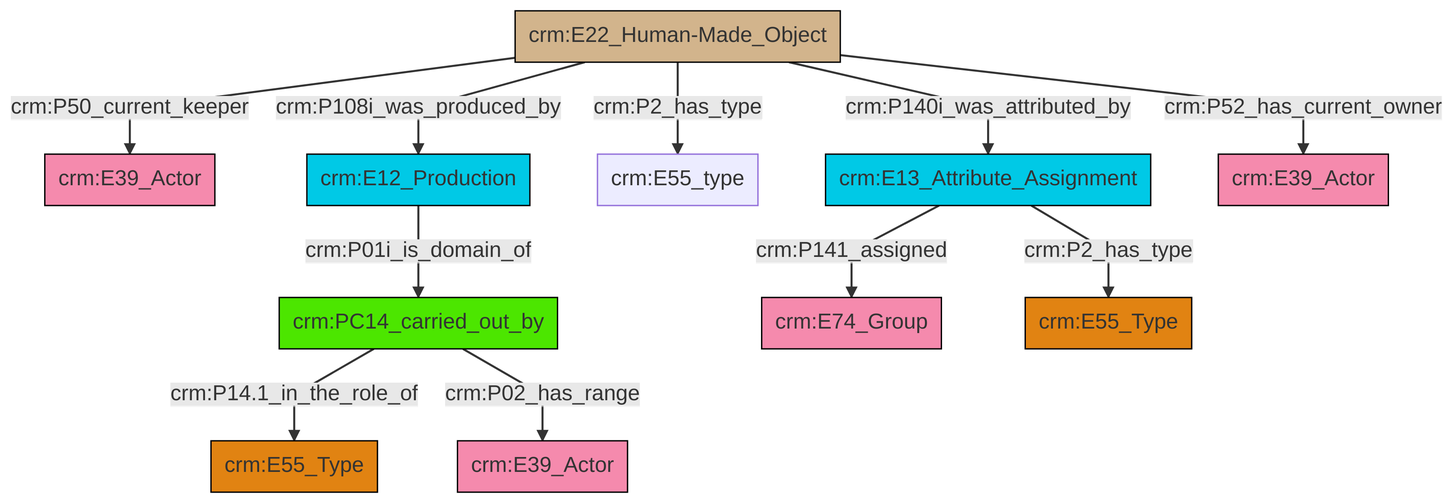
Earlier version of the Mermaid export et/artworkCSV/ttl/mmd/png/Artwork_Actor_Relations.png (swiss-art-research-net/docs.swissartresearch). Its source is kept beside it as et/artworkCSV/ttl/mmd/Artwork_Actor_Relations.ttl.mmd.
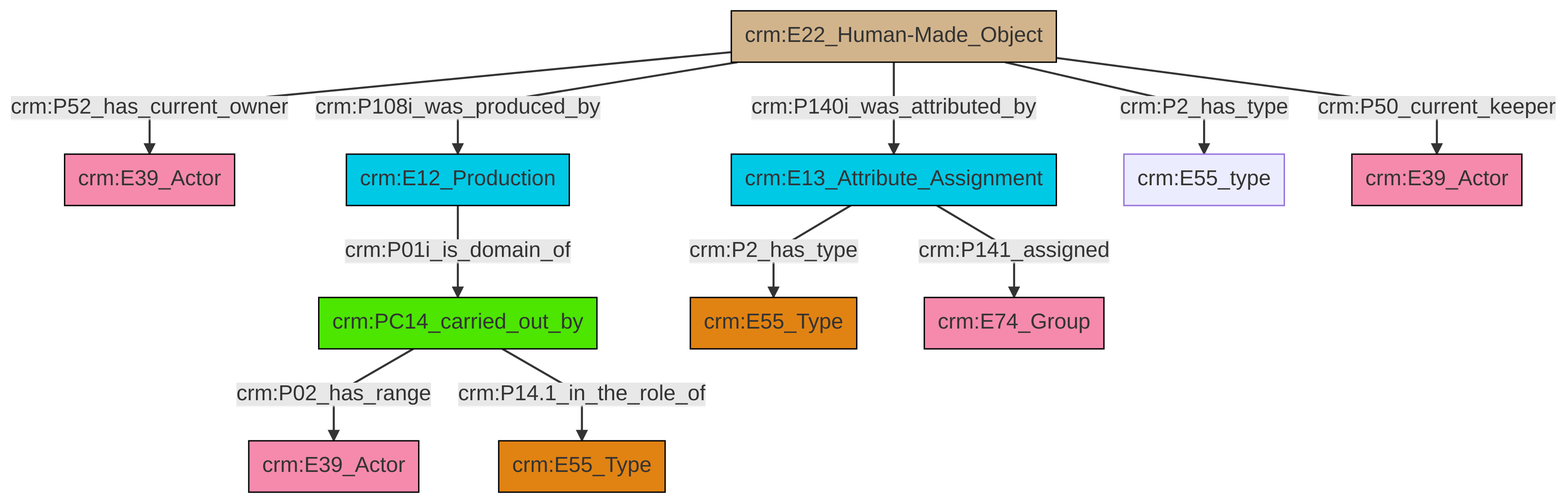
After the commit.

What changed in the source:
```diff
@@ -13,13 +13,13 @@
 classDef PC_Classes fill:#4ce600, stroke:#000000;
 classDef Multi fill:#cccccc,stroke:#000000;
 
-4["crm:PC14_carried_out_by"]:::PC_Classes -->|crm:P14.1_in_the_role_of| 5["crm:E55_Type"]:::Type
-6["crm:E22_Human-Made_Object"]:::Physical_Thing -->|crm:P50_current_keeper| 7["crm:E39_Actor"]:::Actor
-6["crm:E22_Human-Made_Object"]:::Physical_Thing -->|crm:P108i_was_produced_by| 10["crm:E12_Production"]:::Temporal_Entity
-10["crm:E12_Production"]:::Temporal_Entity -->|crm:P01i_is_domain_of| 4["crm:PC14_carried_out_by"]:::PC_Classes
-4["crm:PC14_carried_out_by"]:::PC_Classes -->|crm:P02_has_range| 0["crm:E39_Actor"]:::Actor
-6["crm:E22_Human-Made_Object"]:::Physical_Thing -->|crm:P2_has_type| 12["crm:E55_type"]:::Default
-18["crm:E13_Attribute_Assignment"]:::Temporal_Entity -->|crm:P141_assigned| 15["crm:E74_Group"]:::Actor
-6["crm:E22_Human-Made_Object"]:::Physical_Thing -->|crm:P140i_was_attributed_by| 18["crm:E13_Attribute_Assignment"]:::Temporal_Entity
-6["crm:E22_Human-Made_Object"]:::Physical_Thing -->|crm:P52_has_current_owner| 8["crm:E39_Actor"]:::Actor
-18["crm:E13_Attribute_Assignment"]:::Temporal_Entity -->|crm:P2_has_type| 2["crm:E55_Type"]:::Type
+2["crm:E22_Human-Made_Object"]:::Physical_Thing -->|crm:P108i_was_produced_by| 3["crm:E12_Production"]:::Temporal_Entity
+3["crm:E12_Production"]:::Temporal_Entity -->|crm:P01i_is_domain_of| 7["crm:PC14_carried_out_by"]:::PC_Classes
+4["crm:E13_Attribute_Assignment"]:::Temporal_Entity -->|crm:P141_assigned| 13["crm:E74_Group"]:::Actor
+2["crm:E22_Human-Made_Object"]:::Physical_Thing -->|crm:P50_current_keeper| 18["crm:E39_Actor"]:::Actor
+7["crm:PC14_carried_out_by"]:::PC_Classes -->|crm:P02_has_range| 8["crm:E39_Actor"]:::Actor
+2["crm:E22_Human-Made_Object"]:::Physical_Thing -->|crm:P2_has_type| 16["crm:E55_type"]:::Default
+4["crm:E13_Attribute_Assignment"]:::Temporal_Entity -->|crm:P2_has_type| 11["crm:E55_Type"]:::Type
+7["crm:PC14_carried_out_by"]:::PC_Classes -->|crm:P14.1_in_the_role_of| 14["crm:E55_Type"]:::Type
+2["crm:E22_Human-Made_Object"]:::Physical_Thing -->|crm:P140i_was_attributed_by| 4["crm:E13_Attribute_Assignment"]:::Temporal_Entity
+2["crm:E22_Human-Made_Object"]:::Physical_Thing -->|crm:P52_has_current_owner| 0["crm:E39_Actor"]:::Actor
```
